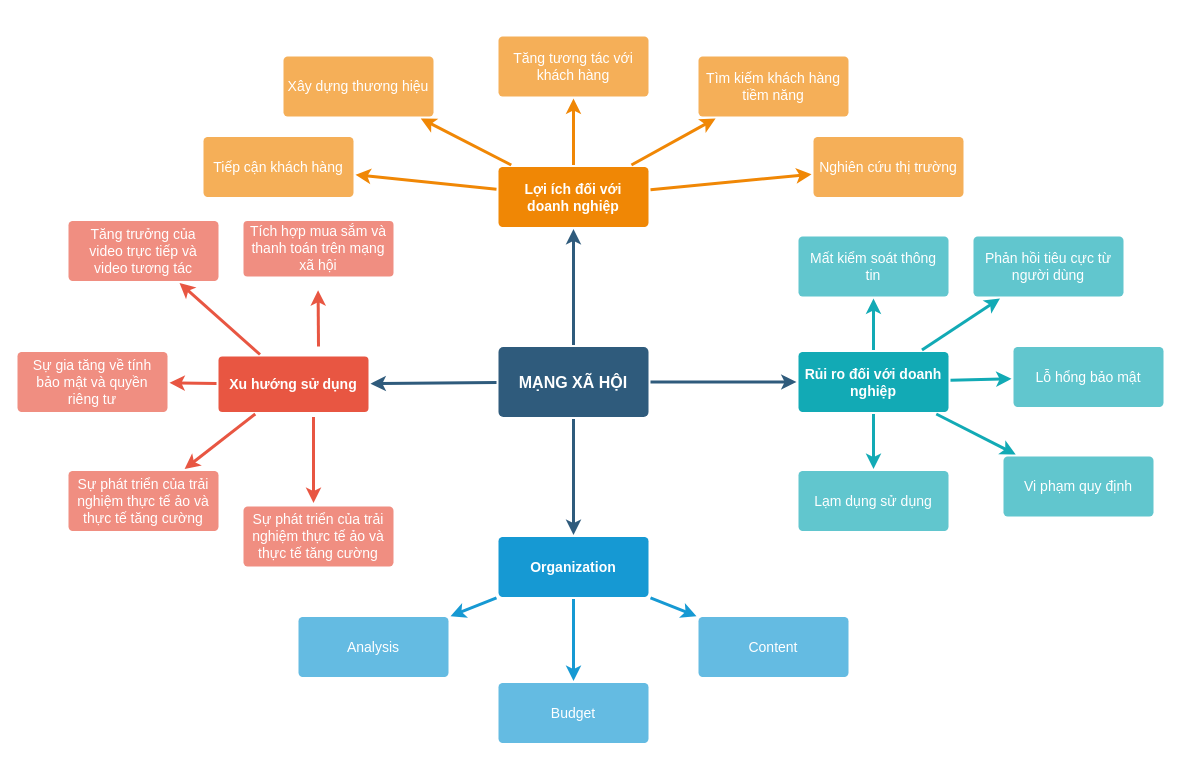
The draw.io diagram Biểu đồ không có tiêu đề.drawio in PanJr0109/PanJr0109, before the edit. Source tidied: cells renumbered, new cells numbered last; positions are measured from the earlier drawing's top-left corner, leaving out a move shared by most shapes. Both pictures are drawn from the tidied source at 100%, with x=0, y=0 at pixel (17, 36).
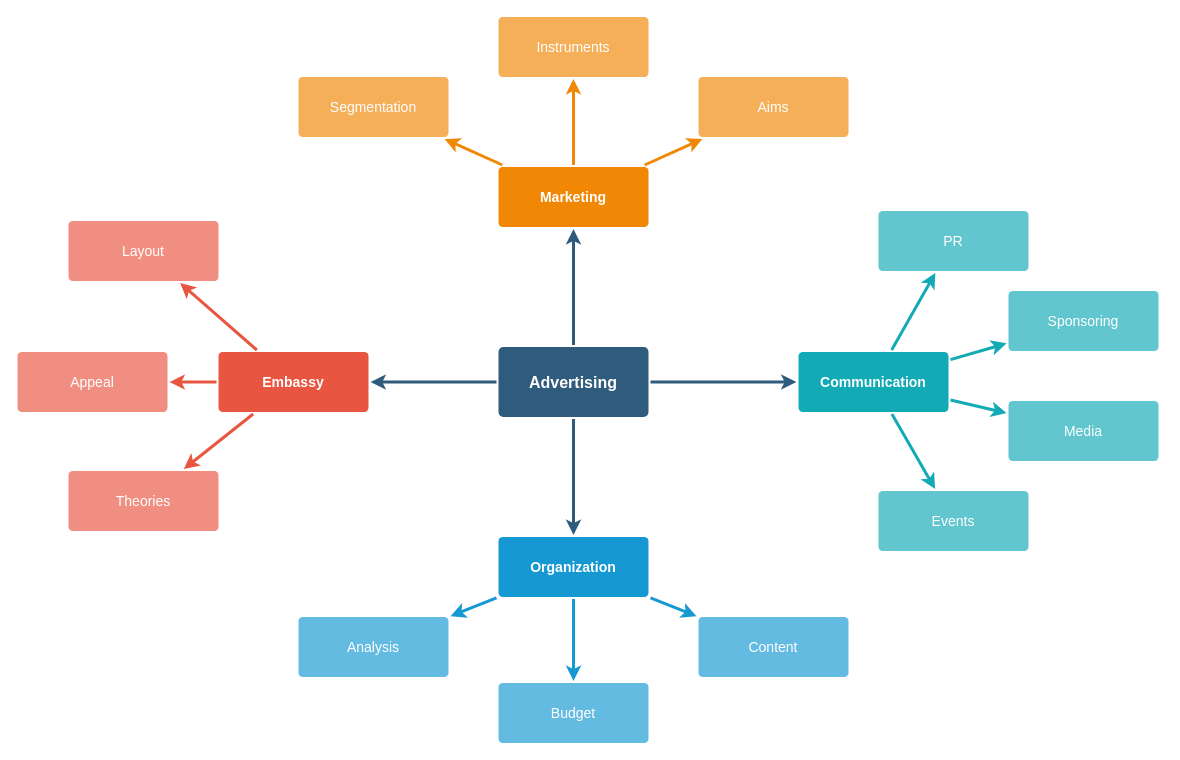
The same page after the edit.

Diff of the diagram source:
```diff
@@
-    <mxCell id="6" value="MẠNG XÃ HỘI" style="rounded=1;whiteSpace=wrap;html=1;shadow=0;labelBackgroundColor=none;strokeColor=none;strokeWidth=3;fillColor=#2F5B7C;fontFamily=Helvetica;fontSize=16;fontColor=#FFFFFF;align=center;fontStyle=1;spacing=5;arcSize=7;perimeterSpacing=2;" parent="1" vertex="1">
+    <mxCell id="6" value="Advertising" style="rounded=1;whiteSpace=wrap;html=1;shadow=0;labelBackgroundColor=none;strokeColor=none;strokeWidth=3;fillColor=#2F5B7C;fontFamily=Helvetica;fontSize=16;fontColor=#FFFFFF;align=center;fontStyle=1;spacing=5;arcSize=7;perimeterSpacing=2;" parent="1" vertex="1">
       <mxGeometry x="481" y="310.5" width="150" height="70" as="geometry" />
     </mxCell>
@@
-    <mxCell id="10" value="Xu hướng sử dụng" style="rounded=1;whiteSpace=wrap;html=1;shadow=0;labelBackgroundColor=none;strokeColor=none;strokeWidth=3;fillColor=#e85642;fontFamily=Helvetica;fontSize=14;fontColor=#FFFFFF;align=center;spacing=5;fontStyle=1;arcSize=7;perimeterSpacing=2;" parent="1" vertex="1">
-      <mxGeometry x="201" y="320" width="150" height="55.5" as="geometry" />
+    <mxCell id="10" value="Embassy" style="rounded=1;whiteSpace=wrap;html=1;shadow=0;labelBackgroundColor=none;strokeColor=none;strokeWidth=3;fillColor=#e85642;fontFamily=Helvetica;fontSize=14;fontColor=#FFFFFF;align=center;spacing=5;fontStyle=1;arcSize=7;perimeterSpacing=2;" parent="1" vertex="1">
+      <mxGeometry x="201" y="315.5" width="150" height="60" as="geometry" />
     </mxCell>
-    <mxCell id="11" value="Sự phát triển của trải nghiệm thực tế ảo và thực tế tăng cường" style="rounded=1;whiteSpace=wrap;html=1;shadow=0;labelBackgroundColor=none;strokeColor=none;strokeWidth=3;fillColor=#f08e81;fontFamily=Helvetica;fontSize=14;fontColor=#FFFFFF;align=center;spacing=5;fontStyle=0;arcSize=7;perimeterSpacing=2;" parent="1" vertex="1">
+    <mxCell id="11" value="Theories" style="rounded=1;whiteSpace=wrap;html=1;shadow=0;labelBackgroundColor=none;strokeColor=none;strokeWidth=3;fillColor=#f08e81;fontFamily=Helvetica;fontSize=14;fontColor=#FFFFFF;align=center;spacing=5;fontStyle=0;arcSize=7;perimeterSpacing=2;" parent="1" vertex="1">
       <mxGeometry x="51" y="434.5" width="150" height="60" as="geometry" />
     </mxCell>
-    <mxCell id="12" value="Sự gia tăng về tính bảo mật và quyền riêng tư" style="rounded=1;whiteSpace=wrap;html=1;shadow=0;labelBackgroundColor=none;strokeColor=none;strokeWidth=3;fillColor=#f08e81;fontFamily=Helvetica;fontSize=14;fontColor=#FFFFFF;align=center;spacing=5;fontStyle=0;arcSize=7;perimeterSpacing=2;" parent="1" vertex="1">
+    <mxCell id="12" value="Appeal" style="rounded=1;whiteSpace=wrap;html=1;shadow=0;labelBackgroundColor=none;strokeColor=none;strokeWidth=3;fillColor=#f08e81;fontFamily=Helvetica;fontSize=14;fontColor=#FFFFFF;align=center;spacing=5;fontStyle=0;arcSize=7;perimeterSpacing=2;" parent="1" vertex="1">
       <mxGeometry y="315.5" width="150" height="60" as="geometry" />
     </mxCell>
-    <mxCell id="13" value="Tăng trưởng của video trực tiếp và video tương tác" style="rounded=1;whiteSpace=wrap;html=1;shadow=0;labelBackgroundColor=none;strokeColor=none;strokeWidth=3;fillColor=#f08e81;fontFamily=Helvetica;fontSize=14;fontColor=#FFFFFF;align=center;spacing=5;fontStyle=0;arcSize=7;perimeterSpacing=2;" parent="1" vertex="1">
+    <mxCell id="13" value="Layout" style="rounded=1;whiteSpace=wrap;html=1;shadow=0;labelBackgroundColor=none;strokeColor=none;strokeWidth=3;fillColor=#f08e81;fontFamily=Helvetica;fontSize=14;fontColor=#FFFFFF;align=center;spacing=5;fontStyle=0;arcSize=7;perimeterSpacing=2;" parent="1" vertex="1">
       <mxGeometry x="51" y="184.5" width="150" height="60" as="geometry" />
     </mxCell>
@@
-    <mxCell id="21" value="Lợi ích đối với doanh nghiệp" style="rounded=1;whiteSpace=wrap;html=1;shadow=0;labelBackgroundColor=none;strokeColor=none;strokeWidth=3;fillColor=#F08705;fontFamily=Helvetica;fontSize=14;fontColor=#FFFFFF;align=center;spacing=5;fontStyle=1;arcSize=7;perimeterSpacing=2;" parent="1" vertex="1">
+    <mxCell id="21" value="Marketing" style="rounded=1;whiteSpace=wrap;html=1;shadow=0;labelBackgroundColor=none;strokeColor=none;strokeWidth=3;fillColor=#F08705;fontFamily=Helvetica;fontSize=14;fontColor=#FFFFFF;align=center;spacing=5;fontStyle=1;arcSize=7;perimeterSpacing=2;" parent="1" vertex="1">
       <mxGeometry x="481" y="130.5" width="150" height="60" as="geometry" />
     </mxCell>
-    <mxCell id="22" value="Tìm kiếm khách hàng tiềm năng" style="rounded=1;whiteSpace=wrap;html=1;shadow=0;labelBackgroundColor=none;strokeColor=none;strokeWidth=3;fillColor=#f5af58;fontFamily=Helvetica;fontSize=14;fontColor=#FFFFFF;align=center;spacing=5;arcSize=7;perimeterSpacing=2;" parent="1" vertex="1">
-      <mxGeometry x="681" y="20" width="150" height="60" as="geometry" />
+    <mxCell id="22" value="Aims&lt;br&gt;" style="rounded=1;whiteSpace=wrap;html=1;shadow=0;labelBackgroundColor=none;strokeColor=none;strokeWidth=3;fillColor=#f5af58;fontFamily=Helvetica;fontSize=14;fontColor=#FFFFFF;align=center;spacing=5;arcSize=7;perimeterSpacing=2;" parent="1" vertex="1">
+      <mxGeometry x="681" y="40.5" width="150" height="60" as="geometry" />
     </mxCell>
@@
-    <mxCell id="24" value="Xây dựng thương hiệu" style="rounded=1;whiteSpace=wrap;html=1;shadow=0;labelBackgroundColor=none;strokeColor=none;strokeWidth=3;fillColor=#f5af58;fontFamily=Helvetica;fontSize=14;fontColor=#FFFFFF;align=center;spacing=5;arcSize=7;perimeterSpacing=2;" parent="1" vertex="1">
-      <mxGeometry x="266" y="20" width="150" height="60" as="geometry" />
+    <mxCell id="24" value="Instruments" style="rounded=1;whiteSpace=wrap;html=1;shadow=0;labelBackgroundColor=none;strokeColor=none;strokeWidth=3;fillColor=#f5af58;fontFamily=Helvetica;fontSize=14;fontColor=#FFFFFF;align=center;spacing=5;arcSize=7;perimeterSpacing=2;" parent="1" vertex="1">
+      <mxGeometry x="481" y="-19.5" width="150" height="60" as="geometry" />
     </mxCell>
@@
-    <mxCell id="26" value="Tiếp cận khách hàng" style="rounded=1;whiteSpace=wrap;html=1;shadow=0;labelBackgroundColor=none;strokeColor=none;strokeWidth=3;fillColor=#f5af58;fontFamily=Helvetica;fontSize=14;fontColor=#FFFFFF;align=center;spacing=5;arcSize=7;perimeterSpacing=2;" parent="1" vertex="1">
-      <mxGeometry x="186" y="100.5" width="150" height="60" as="geometry" />
+    <mxCell id="26" value="Segmentation" style="rounded=1;whiteSpace=wrap;html=1;shadow=0;labelBackgroundColor=none;strokeColor=none;strokeWidth=3;fillColor=#f5af58;fontFamily=Helvetica;fontSize=14;fontColor=#FFFFFF;align=center;spacing=5;arcSize=7;perimeterSpacing=2;" parent="1" vertex="1">
+      <mxGeometry x="281" y="40.5" width="150" height="60" as="geometry" />
     </mxCell>
@@
-    <mxCell id="28" value="Rủi ro đối với doanh nghiệp" style="rounded=1;whiteSpace=wrap;html=1;shadow=0;labelBackgroundColor=none;strokeColor=none;strokeWidth=3;fillColor=#12aab5;fontFamily=Helvetica;fontSize=14;fontColor=#FFFFFF;align=center;spacing=5;fontStyle=1;arcSize=7;perimeterSpacing=2;" parent="1" vertex="1">
+    <mxCell id="28" value="Communication" style="rounded=1;whiteSpace=wrap;html=1;shadow=0;labelBackgroundColor=none;strokeColor=none;strokeWidth=3;fillColor=#12aab5;fontFamily=Helvetica;fontSize=14;fontColor=#FFFFFF;align=center;spacing=5;fontStyle=1;arcSize=7;perimeterSpacing=2;" parent="1" vertex="1">
       <mxGeometry x="781" y="315.5" width="150" height="60" as="geometry" />
     </mxCell>
-    <mxCell id="29" value="Lạm dụng sử dụng" style="rounded=1;whiteSpace=wrap;html=1;shadow=0;labelBackgroundColor=none;strokeColor=none;strokeWidth=3;fillColor=#61c6ce;fontFamily=Helvetica;fontSize=14;fontColor=#FFFFFF;align=center;spacing=5;fontStyle=0;arcSize=7;perimeterSpacing=2;" parent="1" vertex="1">
-      <mxGeometry x="781" y="434.5" width="150" height="60" as="geometry" />
+    <mxCell id="29" value="Events" style="rounded=1;whiteSpace=wrap;html=1;shadow=0;labelBackgroundColor=none;strokeColor=none;strokeWidth=3;fillColor=#61c6ce;fontFamily=Helvetica;fontSize=14;fontColor=#FFFFFF;align=center;spacing=5;fontStyle=0;arcSize=7;perimeterSpacing=2;" parent="1" vertex="1">
+      <mxGeometry x="861" y="454.5" width="150" height="60" as="geometry" />
     </mxCell>
@@
-    <mxCell id="31" value="Lỗ hổng bảo mật" style="rounded=1;whiteSpace=wrap;html=1;shadow=0;labelBackgroundColor=none;strokeColor=none;strokeWidth=3;fillColor=#61c6ce;fontFamily=Helvetica;fontSize=14;fontColor=#FFFFFF;align=center;spacing=5;fontStyle=0;arcSize=7;perimeterSpacing=2;" parent="1" vertex="1">
-      <mxGeometry x="996" y="310.5" width="150" height="60" as="geometry" />
+    <mxCell id="31" value="Media" style="rounded=1;whiteSpace=wrap;html=1;shadow=0;labelBackgroundColor=none;strokeColor=none;strokeWidth=3;fillColor=#61c6ce;fontFamily=Helvetica;fontSize=14;fontColor=#FFFFFF;align=center;spacing=5;fontStyle=0;arcSize=7;perimeterSpacing=2;" parent="1" vertex="1">
+      <mxGeometry x="991" y="364.5" width="150" height="60" as="geometry" />
     </mxCell>
@@
-    <mxCell id="33" value="Phản hồi tiêu cực từ người dùng" style="rounded=1;whiteSpace=wrap;html=1;shadow=0;labelBackgroundColor=none;strokeColor=none;strokeWidth=3;fillColor=#61c6ce;fontFamily=Helvetica;fontSize=14;fontColor=#FFFFFF;align=center;spacing=5;fontStyle=0;arcSize=7;perimeterSpacing=2;" parent="1" vertex="1">
-      <mxGeometry x="956" y="200" width="150" height="60" as="geometry" />
+    <mxCell id="33" value="Sponsoring" style="rounded=1;whiteSpace=wrap;html=1;shadow=0;labelBackgroundColor=none;strokeColor=none;strokeWidth=3;fillColor=#61c6ce;fontFamily=Helvetica;fontSize=14;fontColor=#FFFFFF;align=center;spacing=5;fontStyle=0;arcSize=7;perimeterSpacing=2;" parent="1" vertex="1">
+      <mxGeometry x="991" y="254.5" width="150" height="60" as="geometry" />
     </mxCell>
@@
-    <mxCell id="35" value="Mất kiểm soát thông tin" style="rounded=1;whiteSpace=wrap;html=1;shadow=0;labelBackgroundColor=none;strokeColor=none;strokeWidth=3;fillColor=#61c6ce;fontFamily=Helvetica;fontSize=14;fontColor=#FFFFFF;align=center;spacing=5;fontStyle=0;arcSize=7;perimeterSpacing=2;" parent="1" vertex="1">
-      <mxGeometry x="781" y="200" width="150" height="60" as="geometry" />
+    <mxCell id="35" value="PR" style="rounded=1;whiteSpace=wrap;html=1;shadow=0;labelBackgroundColor=none;strokeColor=none;strokeWidth=3;fillColor=#61c6ce;fontFamily=Helvetica;fontSize=14;fontColor=#FFFFFF;align=center;spacing=5;fontStyle=0;arcSize=7;perimeterSpacing=2;" parent="1" vertex="1">
+      <mxGeometry x="861" y="174.5" width="150" height="60" as="geometry" />
     </mxCell>
@@
-    <mxCell id="37" value="Sự phát triển của trải nghiệm thực tế ảo và thực tế tăng cường" style="rounded=1;whiteSpace=wrap;html=1;shadow=0;labelBackgroundColor=none;strokeColor=none;strokeWidth=3;fillColor=#f08e81;fontFamily=Helvetica;fontSize=14;fontColor=#FFFFFF;align=center;spacing=5;fontStyle=0;arcSize=7;perimeterSpacing=2;" parent="1" vertex="1">
-      <mxGeometry x="226" y="470" width="150" height="60" as="geometry" />
-    </mxCell>
-    <mxCell id="38" style="edgeStyle=none;rounded=1;jumpStyle=none;html=1;shadow=0;labelBackgroundColor=none;startArrow=none;startFill=0;jettySize=auto;orthogonalLoop=1;strokeColor=#E85642;strokeWidth=3;fontFamily=Helvetica;fontSize=14;fontColor=#FFFFFF;spacing=5;fontStyle=1;fillColor=#b0e3e6;" parent="1" edge="1">
-      <mxGeometry relative="1" as="geometry">
-        <mxPoint x="296" y="380.5" as="sourcePoint" />
-        <mxPoint x="296" y="466.5" as="targetPoint" />
-      </mxGeometry>
-    </mxCell>
-    <mxCell id="39" value="Tích hợp mua sắm và thanh toán trên mạng xã hội" style="rounded=1;whiteSpace=wrap;html=1;shadow=0;labelBackgroundColor=none;strokeColor=none;strokeWidth=3;fillColor=#f08e81;fontFamily=Helvetica;fontSize=14;fontColor=#FFFFFF;align=center;spacing=5;fontStyle=0;arcSize=7;perimeterSpacing=2;" parent="1" vertex="1">
-      <mxGeometry x="226" y="184.5" width="150" height="55.5" as="geometry" />
-    </mxCell>
-    <mxCell id="40" style="edgeStyle=none;rounded=1;jumpStyle=none;html=1;shadow=0;labelBackgroundColor=none;startArrow=none;startFill=0;jettySize=auto;orthogonalLoop=1;strokeColor=#E85642;strokeWidth=3;fontFamily=Helvetica;fontSize=14;fontColor=#FFFFFF;spacing=5;fontStyle=1;fillColor=#b0e3e6;" parent="1" edge="1">
-      <mxGeometry relative="1" as="geometry">
-        <mxPoint x="301" y="310" as="sourcePoint" />
-        <mxPoint x="300.6" y="253.8" as="targetPoint" />
-      </mxGeometry>
-    </mxCell>
-    <mxCell id="41" value="Tăng tương tác với khách hàng" style="rounded=1;whiteSpace=wrap;html=1;shadow=0;labelBackgroundColor=none;strokeColor=none;strokeWidth=3;fillColor=#f5af58;fontFamily=Helvetica;fontSize=14;fontColor=#FFFFFF;align=center;spacing=5;arcSize=7;perimeterSpacing=2;" parent="1" vertex="1">
-      <mxGeometry x="481" width="150" height="60" as="geometry" />
-    </mxCell>
-    <mxCell id="42" style="edgeStyle=none;rounded=0;jumpStyle=none;html=1;shadow=0;labelBackgroundColor=none;startArrow=none;startFill=0;endArrow=classic;endFill=1;jettySize=auto;strokeColor=#F08705;strokeWidth=3;fontFamily=Helvetica;fontSize=14;fontColor=#FFFFFF;spacing=5;exitX=0.5;exitY=0;exitDx=0;exitDy=0;" parent="1" edge="1" source="21" target="41">
-      <mxGeometry relative="1" as="geometry" />
-    </mxCell>
-    <mxCell id="43" value="Nghiên cứu thị trường" style="rounded=1;whiteSpace=wrap;html=1;shadow=0;labelBackgroundColor=none;strokeColor=none;strokeWidth=3;fillColor=#f5af58;fontFamily=Helvetica;fontSize=14;fontColor=#FFFFFF;align=center;spacing=5;arcSize=7;perimeterSpacing=2;" parent="1" vertex="1">
-      <mxGeometry x="796" y="100.5" width="150" height="60" as="geometry" />
-    </mxCell>
-    <mxCell id="44" style="edgeStyle=none;rounded=0;jumpStyle=none;html=1;shadow=0;labelBackgroundColor=none;startArrow=none;startFill=0;endArrow=classic;endFill=1;jettySize=auto;strokeColor=#F08705;strokeWidth=3;fontFamily=Helvetica;fontSize=14;fontColor=#FFFFFF;spacing=5;" parent="1" edge="1" source="21" target="43">
-      <mxGeometry relative="1" as="geometry" />
-    </mxCell>
-    <mxCell id="45" value="Vi phạm quy định" style="rounded=1;whiteSpace=wrap;html=1;shadow=0;labelBackgroundColor=none;strokeColor=none;strokeWidth=3;fillColor=#61c6ce;fontFamily=Helvetica;fontSize=14;fontColor=#FFFFFF;align=center;spacing=5;fontStyle=0;arcSize=7;perimeterSpacing=2;" parent="1" vertex="1">
-      <mxGeometry x="986" y="420" width="150" height="60" as="geometry" />
-    </mxCell>
-    <mxCell id="46" style="edgeStyle=none;rounded=1;jumpStyle=none;html=1;shadow=0;labelBackgroundColor=none;startArrow=none;startFill=0;jettySize=auto;strokeColor=#12AAB5;strokeWidth=3;fontFamily=Helvetica;fontSize=14;fontColor=#FFFFFF;spacing=5;fontStyle=1;fillColor=#b0e3e6;" parent="1" edge="1" source="28" target="45">
-      <mxGeometry relative="1" as="geometry" />
-    </mxCell>
```
